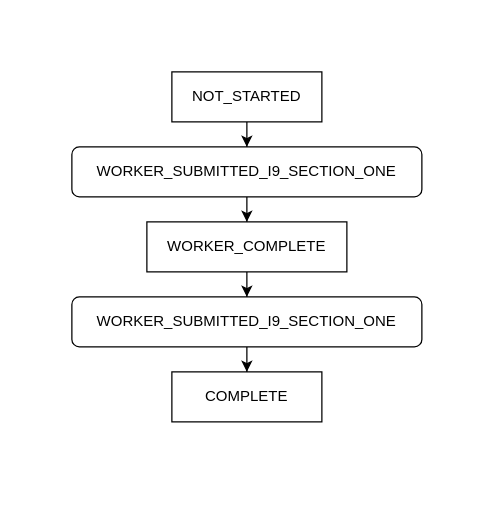
baldore/angelo keeps this draw.io diagram as state machines.drawio. Above is the earlier version. Source tidied: cells renumbered, new cells numbered last; positions are measured from the earlier drawing's top-left corner, leaving out a move shared by most shapes. Both pictures are drawn from the tidied source at 125%, with x=0, y=0 at pixel (71, 71).
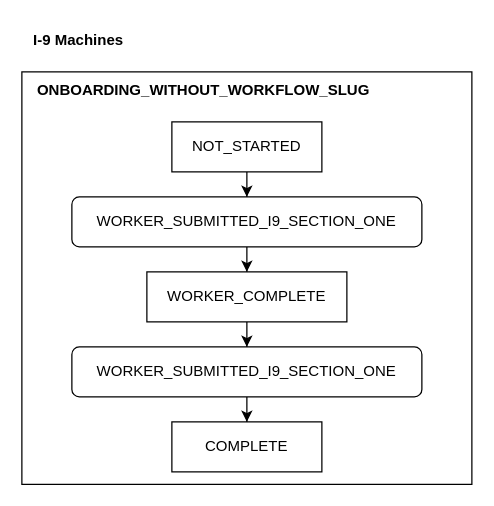
Above is the later version.

Change to the diagram source:
```diff
@@
 <mxGraphModel>
   <root>
     <mxCell id="0" />
     <mxCell id="1" parent="0" />
+    <mxCell id="11" value="I-9 Machines" style="text;html=1;align=center;verticalAlign=middle;strokeColor=none;fillColor=none;fontStyle=1;" parent="1" vertex="1">
+      <mxGeometry x="-40" y="-40" width="90" height="30" as="geometry" />
+    </mxCell>
+    <mxCell id="12" style="group;" parent="1" vertex="1">
+      <mxGeometry x="-40" width="360" height="330" as="geometry" />
+    </mxCell>
+    <mxCell id="13" style="whiteSpace=wrap;html=1;" parent="12" vertex="1">
+      <mxGeometry width="360" height="330" as="geometry" />
+    </mxCell>
-    <mxCell id="2" style="edgeStyle=orthogonalEdgeStyle;rounded=0;jettySize=auto;html=1;" parent="1" edge="1" source="3" target="6">
+    <mxCell id="2" style="edgeStyle=orthogonalEdgeStyle;rounded=0;jettySize=auto;html=1;" parent="12" edge="1" source="3" target="6">
       <mxGeometry relative="1" as="geometry" />
     </mxCell>
-    <mxCell id="3" value="NOT_STARTED" style="whiteSpace=wrap;html=1;" parent="1" vertex="1">
-      <mxGeometry x="80" width="120" height="40" as="geometry" />
+    <mxCell id="3" value="NOT_STARTED" style="whiteSpace=wrap;html=1;" parent="12" vertex="1">
+      <mxGeometry x="120" y="40" width="120" height="40" as="geometry" />
     </mxCell>
-    <mxCell id="4" value="COMPLETE" style="whiteSpace=wrap;html=1;" parent="1" vertex="1">
-      <mxGeometry x="80" y="240" width="120" height="40" as="geometry" />
+    <mxCell id="4" value="COMPLETE" style="whiteSpace=wrap;html=1;" parent="12" vertex="1">
+      <mxGeometry x="120" y="280" width="120" height="40" as="geometry" />
     </mxCell>
-    <mxCell id="5" style="edgeStyle=orthogonalEdgeStyle;rounded=0;jettySize=auto;html=1;entryX=0.5;entryY=0;entryDx=0;entryDy=0;" parent="1" edge="1" source="6" target="8">
+    <mxCell id="5" style="edgeStyle=orthogonalEdgeStyle;rounded=0;jettySize=auto;html=1;entryX=0.5;entryY=0;entryDx=0;entryDy=0;" parent="12" edge="1" source="6" target="8">
       <mxGeometry relative="1" as="geometry" />
     </mxCell>
-    <mxCell id="6" value="WORKER_SUBMITTED_I9_SECTION_ONE" style="rounded=1;whiteSpace=wrap;html=1;" parent="1" vertex="1">
-      <mxGeometry y="60" width="280" height="40" as="geometry" />
+    <mxCell id="6" value="WORKER_SUBMITTED_I9_SECTION_ONE" style="rounded=1;whiteSpace=wrap;html=1;" parent="12" vertex="1">
+      <mxGeometry x="40" y="100" width="280" height="40" as="geometry" />
     </mxCell>
-    <mxCell id="7" style="edgeStyle=orthogonalEdgeStyle;rounded=0;jettySize=auto;html=1;entryX=0.5;entryY=0;entryDx=0;entryDy=0;" parent="1" edge="1" source="8" target="10">
+    <mxCell id="7" style="edgeStyle=orthogonalEdgeStyle;rounded=0;jettySize=auto;html=1;entryX=0.5;entryY=0;entryDx=0;entryDy=0;" parent="12" edge="1" source="8" target="10">
       <mxGeometry relative="1" as="geometry" />
     </mxCell>
-    <mxCell id="8" value="WORKER_COMPLETE" style="whiteSpace=wrap;html=1;" parent="1" vertex="1">
-      <mxGeometry x="60" y="120" width="160" height="40" as="geometry" />
+    <mxCell id="8" value="WORKER_COMPLETE" style="whiteSpace=wrap;html=1;" parent="12" vertex="1">
+      <mxGeometry x="100" y="160" width="160" height="40" as="geometry" />
     </mxCell>
-    <mxCell id="9" style="edgeStyle=orthogonalEdgeStyle;rounded=0;jettySize=auto;html=1;" parent="1" edge="1" source="10" target="4">
+    <mxCell id="9" style="edgeStyle=orthogonalEdgeStyle;rounded=0;jettySize=auto;html=1;" parent="12" edge="1" source="10" target="4">
       <mxGeometry relative="1" as="geometry" />
     </mxCell>
-    <mxCell id="10" value="WORKER_SUBMITTED_I9_SECTION_ONE" style="rounded=1;whiteSpace=wrap;html=1;" parent="1" vertex="1">
-      <mxGeometry y="180" width="280" height="40" as="geometry" />
+    <mxCell id="10" value="WORKER_SUBMITTED_I9_SECTION_ONE" style="rounded=1;whiteSpace=wrap;html=1;" parent="12" vertex="1">
+      <mxGeometry x="40" y="220" width="280" height="40" as="geometry" />
     </mxCell>
+    <mxCell id="14" value="ONBOARDING_WITHOUT_WORKFLOW_SLUG" style="text;html=1;align=center;verticalAlign=middle;strokeColor=none;fillColor=none;fontStyle=1;" parent="12" vertex="1">
+      <mxGeometry width="290" height="30" as="geometry" />
+    </mxCell>
   </root>
 </mxGraphModel>
```
